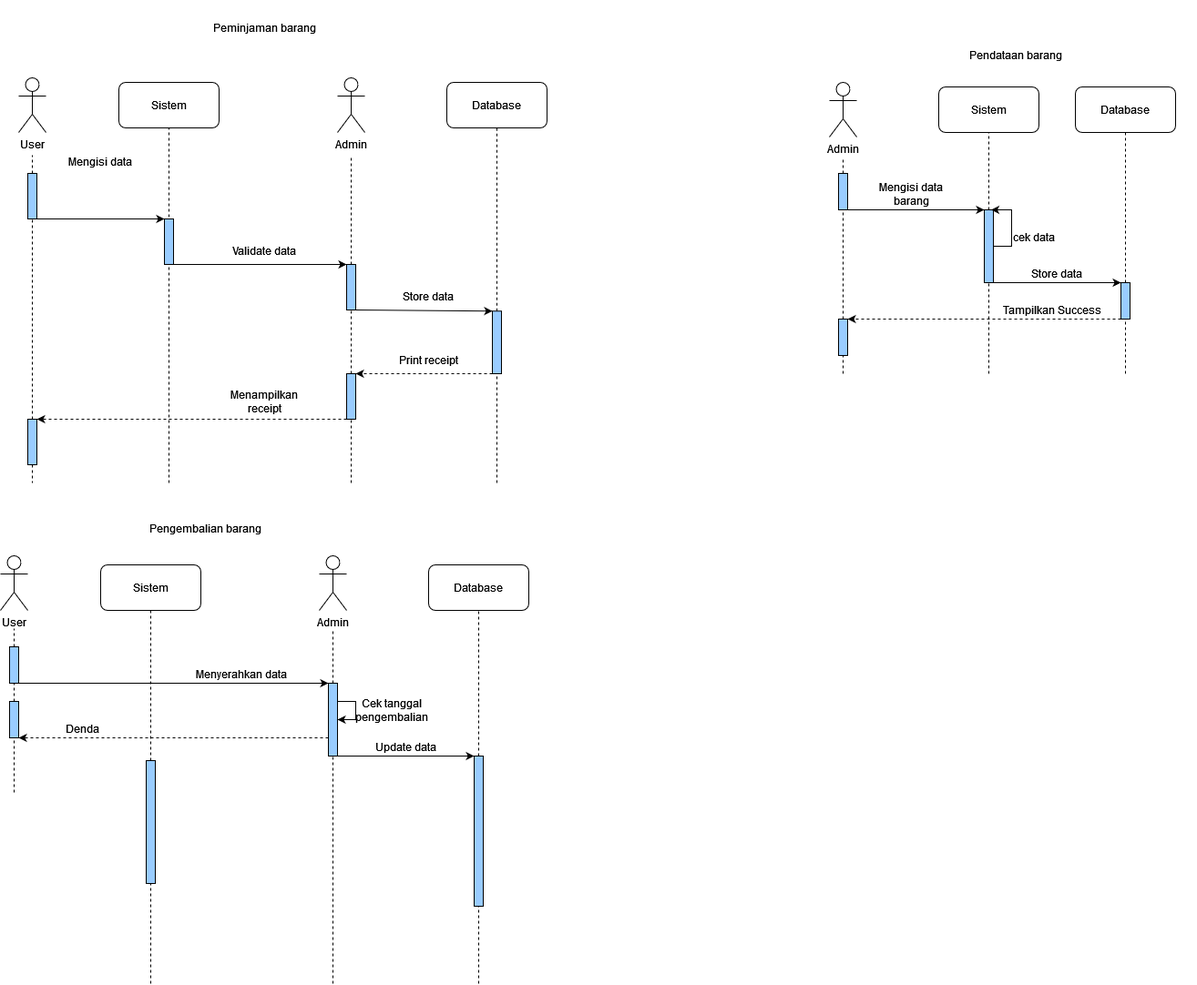
Earlier version of the draw.io export diagrams/Sequence Diagram.drawio.png (johannfac/aplikasipeminjamanaset). Source tidied: cells renumbered, new cells last; positions are measured from the earlier drawing's top-left corner, leaving out a move shared by most shapes.
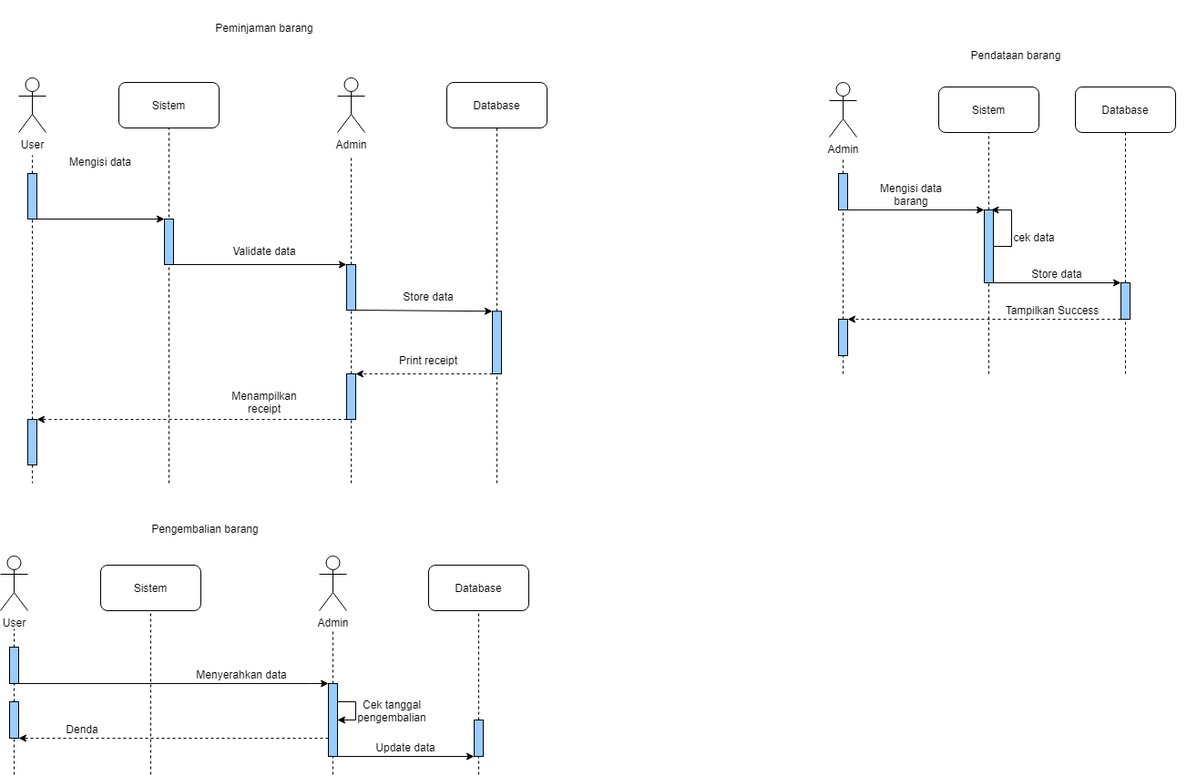
The same diagram one commit later.

Change to the diagram source:
```diff
@@ -193,8 +193,10 @@
         <mxPoint x="15" y="690" as="targetPoint" />
       </mxGeometry>
     </mxCell>
-    <mxCell id="53" style="endArrow=none;dashed=1;html=1;rounded=0;startArrow=none;entryX=0.5;entryY=1;entryDx=0;entryDy=0;" parent="1" edge="1" source="60" target="48">
-      <mxGeometry relative="1" as="geometry" />
+    <mxCell id="53" style="endArrow=none;dashed=1;html=1;rounded=0;startArrow=none;entryX=0.5;entryY=1;entryDx=0;entryDy=0;" parent="1" edge="1" target="48">
+      <mxGeometry relative="1" as="geometry">
+        <mxPoint x="165" y="850" as="sourcePoint" />
+      </mxGeometry>
     </mxCell>
     <mxCell id="54" style="endArrow=none;dashed=1;html=1;rounded=0;startArrow=none;" parent="1" edge="1" source="62">
       <mxGeometry relative="1" as="geometry">
@@ -205,11 +207,11 @@
       <mxGeometry relative="1" as="geometry" />
     </mxCell>
     <mxCell id="56" style="rounded=0;whiteSpace=wrap;html=1;fillColor=#99CCFF;" parent="1" vertex="1">
-      <mxGeometry x="520" y="830" width="10" height="165" as="geometry" />
+      <mxGeometry x="520" y="790" width="10" height="40" as="geometry" />
     </mxCell>
     <mxCell id="57" style="endArrow=none;dashed=1;html=1;rounded=0;entryX=0.5;entryY=1;entryDx=0;entryDy=0;" parent="1" edge="1" target="56">
       <mxGeometry relative="1" as="geometry">
-        <mxPoint x="525" y="1080" as="sourcePoint" />
+        <mxPoint x="525" y="850" as="sourcePoint" />
       </mxGeometry>
     </mxCell>
     <mxCell id="58" style="rounded=0;whiteSpace=wrap;html=1;fillColor=#99CCFF;" parent="1" vertex="1">
@@ -218,20 +220,12 @@
     <mxCell id="59" style="endArrow=none;dashed=1;html=1;rounded=0;startArrow=none;exitX=0.5;exitY=0;exitDx=0;exitDy=0;" parent="1" edge="1" source="84" target="58">
       <mxGeometry relative="1" as="geometry" />
     </mxCell>
-    <mxCell id="60" style="rounded=0;whiteSpace=wrap;html=1;fillColor=#99CCFF;" parent="1" vertex="1">
-      <mxGeometry x="160" y="835" width="10" height="135" as="geometry" />
-    </mxCell>
-    <mxCell id="61" style="endArrow=none;dashed=1;html=1;rounded=0;entryX=0.5;entryY=1;entryDx=0;entryDy=0;" parent="1" edge="1" target="60">
-      <mxGeometry relative="1" as="geometry">
-        <mxPoint x="165" y="1080" as="sourcePoint" />
-      </mxGeometry>
-    </mxCell>
     <mxCell id="62" style="rounded=0;whiteSpace=wrap;html=1;fillColor=#99CCFF;" parent="1" vertex="1">
       <mxGeometry x="360" y="750" width="10" height="80" as="geometry" />
     </mxCell>
     <mxCell id="63" style="endArrow=none;dashed=1;html=1;rounded=0;entryX=0.5;entryY=1;entryDx=0;entryDy=0;" parent="1" edge="1" target="62">
       <mxGeometry relative="1" as="geometry">
-        <mxPoint x="365" y="1080" as="sourcePoint" />
+        <mxPoint x="365" y="850" as="sourcePoint" />
       </mxGeometry>
     </mxCell>
     <mxCell id="64" value="Menyerahkan data" style="text;html=1;strokeColor=none;fillColor=none;align=center;verticalAlign=middle;whiteSpace=wrap;rounded=0;" parent="1" vertex="1">
@@ -260,7 +254,7 @@
     <mxCell id="70" value="Update data" style="text;html=1;strokeColor=none;fillColor=none;align=center;verticalAlign=middle;whiteSpace=wrap;rounded=0;" parent="1" vertex="1">
       <mxGeometry x="400" y="810" width="90" height="20" as="geometry" />
     </mxCell>
-    <mxCell id="71" style="endArrow=classic;html=1;rounded=0;entryX=0;entryY=0;entryDx=0;entryDy=0;exitX=1;exitY=1;exitDx=0;exitDy=0;" parent="1" edge="1" source="62" target="56">
+    <mxCell id="71" style="endArrow=classic;html=1;rounded=0;entryX=0;entryY=1;entryDx=0;entryDy=0;exitX=1;exitY=1;exitDx=0;exitDy=0;" parent="1" edge="1" source="62" target="56">
       <mxGeometry relative="1" as="geometry" />
     </mxCell>
     <mxCell id="72" style="edgeStyle=orthogonalEdgeStyle;rounded=0;jettySize=auto;html=1;exitX=1;exitY=1;exitDx=0;exitDy=0;entryX=0;entryY=0;entryDx=0;entryDy=0;" parent="1" edge="1" source="58" target="62">
@@ -316,7 +310,7 @@
     </mxCell>
     <mxCell id="85" style="endArrow=none;dashed=1;html=1;rounded=0;startArrow=none;entryX=0.5;entryY=1;entryDx=0;entryDy=0;" parent="1" edge="1" target="84">
       <mxGeometry relative="1" as="geometry">
-        <mxPoint x="15" y="870" as="sourcePoint" />
+        <mxPoint x="15" y="850" as="sourcePoint" />
       </mxGeometry>
     </mxCell>
   </root>
```
